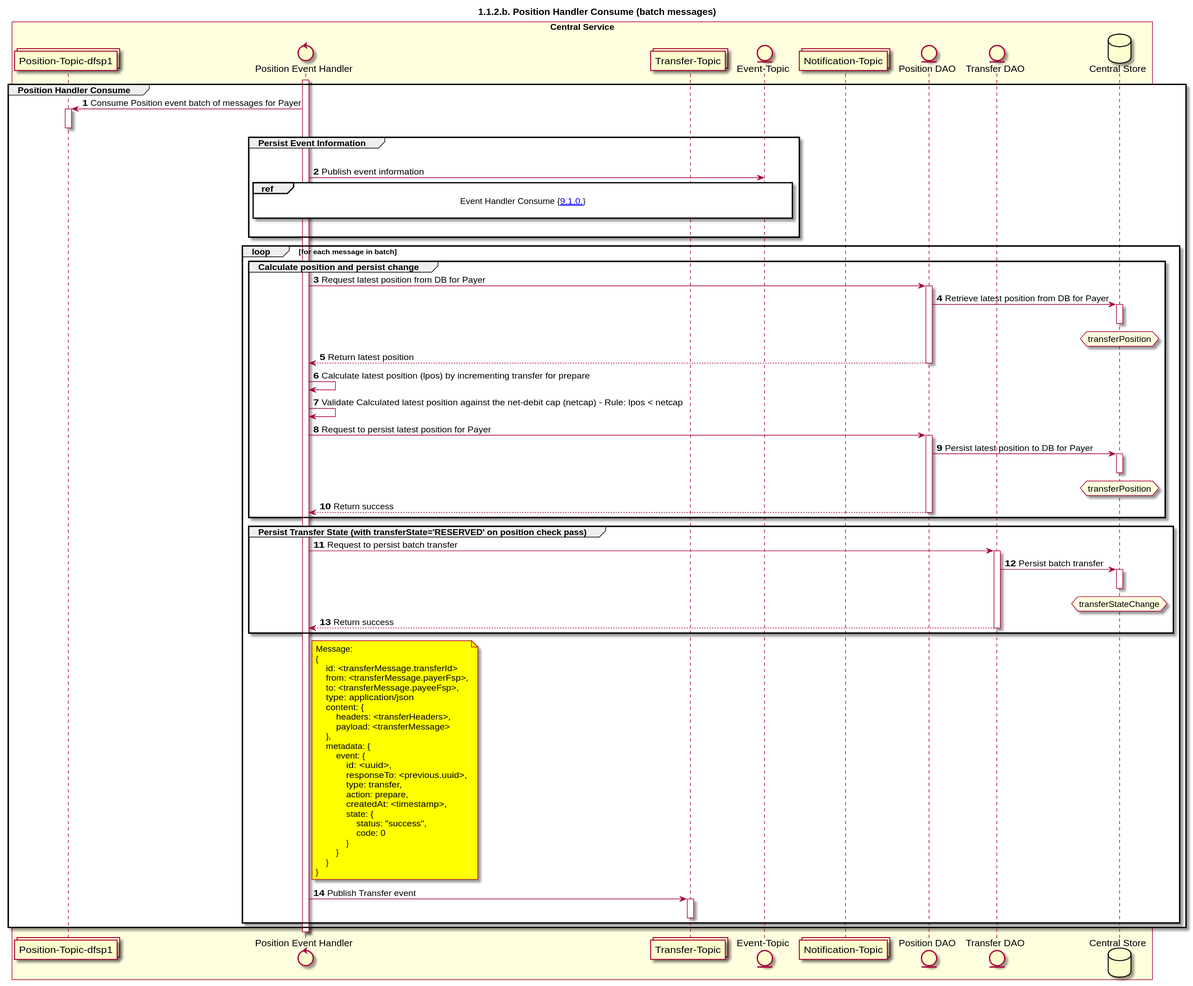
The PlantUML diagram Diagrams/SequenceDiagrams/seq-prepare-1.1.2.b.svg in ggrg/docs, before a commit. Its diagram source:
```plantuml
@startuml
title 1.1.2.b. Position Handler Consume (batch messages)

autonumber


collections "Position-Topic-dfsp1" as TOPIC_POSITION_DFSP1
control "Position Event Handler" as POS_HANDLER
collections "Transfer-Topic" as TOPIC_TRANSFERS
entity "Position DAO" as POS_DAO
entity "Event-Topic" as TOPIC_EVENTS
collections "Notification-Topic" as TOPIC_NOTIFICATIONS
entity "Transfer DAO" as TRANS_DAO
database "Central Store" as DB

box "Central Service" #LightYellow
    participant TOPIC_POSITION_DFSP1
    participant POS_HANDLER
    participant TOPIC_TRANSFERS
    participant TOPIC_EVENTS
    participant TOPIC_NOTIFICATIONS
    participant POS_DAO
    participant TRANS_DAO
    participant DB
end box

activate POS_HANDLER
group Position Handler Consume
    TOPIC_POSITION_DFSP1 <- POS_HANDLER: Consume Position event batch of messages for Payer
    activate TOPIC_POSITION_DFSP1
    deactivate TOPIC_POSITION_DFSP1

    group Persist Event Information
        |||
        POS_HANDLER -> TOPIC_EVENTS: Publish event information
        ref over POS_HANDLER, TOPIC_EVENTS : Event Handler Consume {[[https://github.com/mojaloop/docs/blob/develop/CentralServices/seq_diagrams/seq-event-9.1.0.svg 9.1.0.]]} \n
        |||
    end

    loop for each message in batch
        group Calculate position and persist change
            POS_HANDLER -> POS_DAO: Request latest position from DB for Payer
            activate POS_DAO
            POS_DAO -> DB: Retrieve latest position from DB for Payer
            hnote over DB #lightyellow
                transferPosition
            end note
            activate DB
            deactivate DB
            POS_DAO --> POS_HANDLER: Return latest position
            deactivate POS_DAO

            POS_HANDLER <-> POS_HANDLER: Calculate latest position (lpos) by incrementing transfer for prepare
            POS_HANDLER <-> POS_HANDLER: Validate Calculated latest position against the net-debit cap (netcap) - Rule: lpos < netcap

            POS_HANDLER -> POS_DAO: Request to persist latest position for Payer
            activate POS_DAO
            POS_DAO -> DB: Persist latest position to DB for Payer
            hnote over DB #lightyellow
                transferPosition
            end note
            activate DB
            deactivate DB
            POS_DAO --> POS_HANDLER: Return success
            deactivate POS_DAO
        end
        group Persist Transfer State (with transferState='RESERVED' on position check pass)
            POS_HANDLER -> TRANS_DAO: Request to persist batch transfer
            activate TRANS_DAO
            TRANS_DAO -> DB: Persist batch transfer
            hnote over DB #lightyellow
                transferStateChange
            end note
            activate DB
            deactivate DB
            TRANS_DAO --> POS_HANDLER: Return success
            deactivate TRANS_DAO
        end
        note right of POS_HANDLER #yellow
            Message:
            {
                id: <transferMessage.transferId>
                from: <transferMessage.payerFsp>,
                to: <transferMessage.payeeFsp>,
                type: application/json
                content: {
                    headers: <transferHeaders>,
                    payload: <transferMessage>
                },
                metadata: {
                    event: {
                        id: <uuid>,
                        responseTo: <previous.uuid>,
                        type: transfer,
                        action: prepare,
                        createdAt: <timestamp>,
                        state: {
                            status: "success",
                            code: 0
                        }
                    }
                }
            }
        end note
        POS_HANDLER -> TOPIC_TRANSFERS: Publish Transfer event
        activate TOPIC_TRANSFERS
        deactivate TOPIC_TRANSFERS
    end
end
deactivate POS_HANDLER
@enduml
```
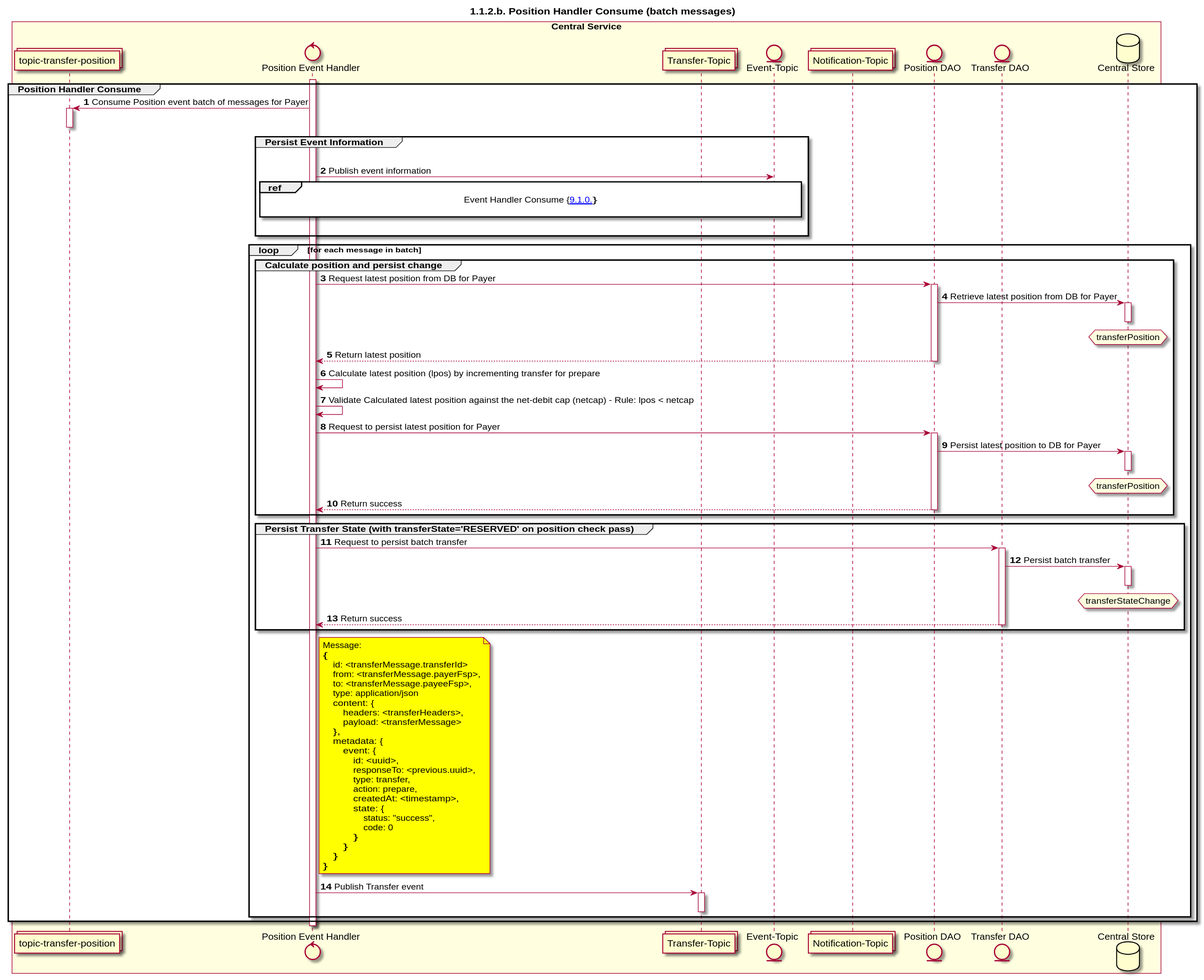
After the commit.

The edit, as a diff of the source:
```diff
@@ -4,7 +4,7 @@
 autonumber
 
 
-collections "Position-Topic-dfsp1" as TOPIC_POSITION_DFSP1
+collections "topic-transfer-position" as TOPIC_TRANSFER_POSITION
 control "Position Event Handler" as POS_HANDLER
 collections "Transfer-Topic" as TOPIC_TRANSFERS
 entity "Position DAO" as POS_DAO
@@ -14,7 +14,7 @@
 database "Central Store" as DB
 
 box "Central Service" #LightYellow
-    participant TOPIC_POSITION_DFSP1
+    participant TOPIC_TRANSFER_POSITION
     participant POS_HANDLER
     participant TOPIC_TRANSFERS
     participant TOPIC_EVENTS
@@ -26,9 +26,9 @@
 
 activate POS_HANDLER
 group Position Handler Consume
-    TOPIC_POSITION_DFSP1 <- POS_HANDLER: Consume Position event batch of messages for Payer
-    activate TOPIC_POSITION_DFSP1
-    deactivate TOPIC_POSITION_DFSP1
+    TOPIC_TRANSFER_POSITION <- POS_HANDLER: Consume Position event batch of messages for Payer
+    activate TOPIC_TRANSFER_POSITION
+    deactivate TOPIC_TRANSFER_POSITION
 
     group Persist Event Information
         |||
```
